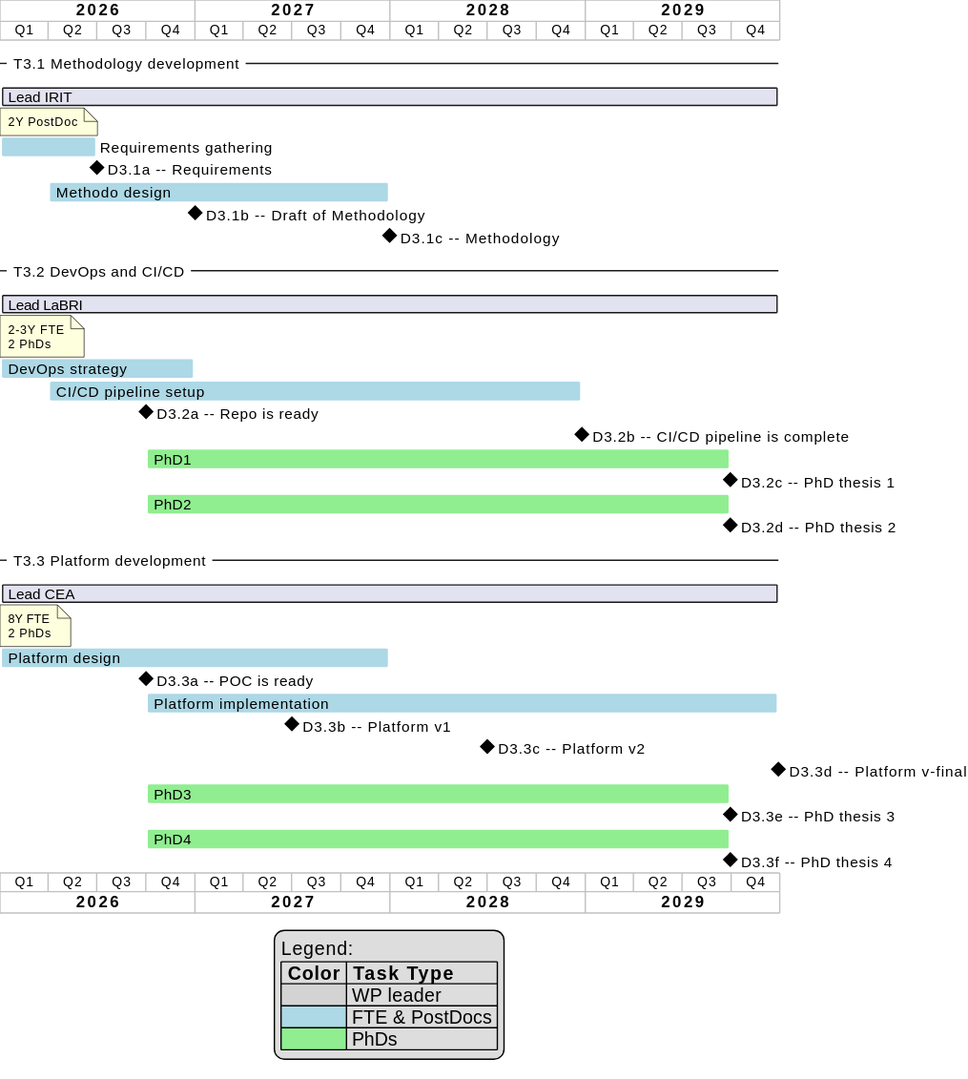
Before: out/pc3-gantt/PC3GanttChart.svg, a diagram exported from PlantUML (jmbruel/edt-pc3).
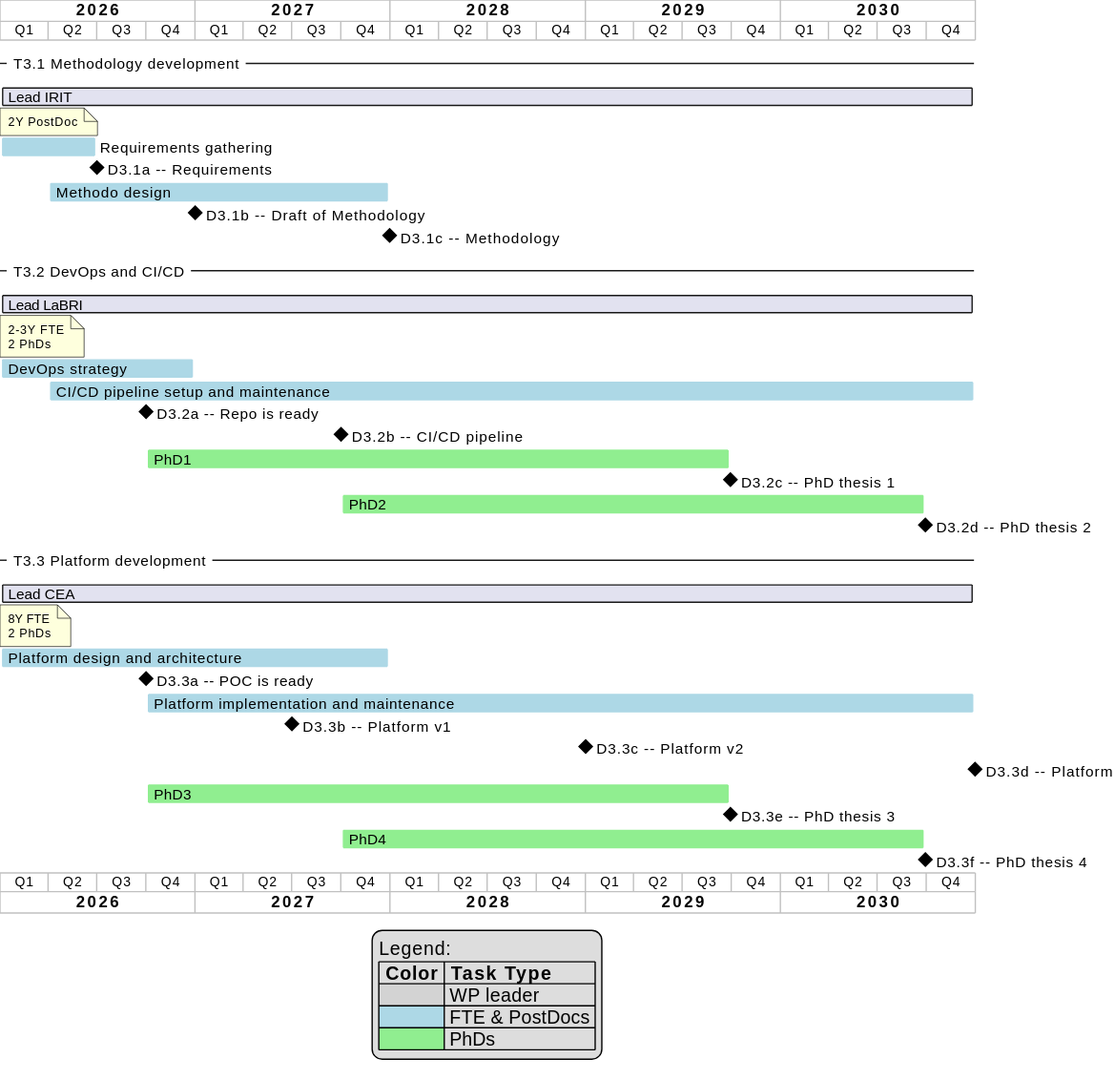
Above is the later version.

What changed in the source:
```diff
@@ -3,7 +3,7 @@
 printscale quarterly
 Project starts the 1st of January 2026
 -- T3.1 Methodology development --
-[Lead IRIT] requires 1460 days
+[Lead IRIT] requires 1825 days
 note bottom
   2Y PostDoc
 end note
@@ -17,7 +17,7 @@
 [D3.1c -- Methodology] happens at [T3.1b]'s end
 
 -- T3.2 DevOps and CI/CD --
-[Lead LaBRI] requires 1460 days
+[Lead LaBRI] requires 1825 days
 note bottom
   2-3Y FTE
   2 PhDs
@@ -26,43 +26,45 @@
 
 [DevOps strategy] as [T3.2a] requires 365 days and is colored in LightBlue
 [T3.2a] starts 1st January 2026
-[CI/CD pipeline setup] as [T3.2b] requires 1000 days and is colored in LightBlue
+[CI/CD pipeline setup and maintenance] as [T3.2b] is colored in LightBlue
 [T3.2b] starts 1st April 2026
+[T3.2b] ends 31st December 2030
 
 [D3.2a -- Repo is ready] happens 1st October 2026
-[D3.2b -- CI/CD pipeline is complete] happens at [T3.2b]'s end
+[D3.2b -- CI/CD pipeline] happens 1st October 2027
 
 [PhD1] as [T3.2c] requires 1095 days and is colored in LightGreen
 [T3.2c] starts 1st October 2026
 [D3.2c -- PhD thesis 1] happens at [T3.2c]'s end
 
 [PhD2] as [T3.2d] requires 1095 days and is colored in LightGreen
-[T3.2d] starts 1st October 2026
+[T3.2d] starts 1st October 2027
 [D3.2d -- PhD thesis 2] happens at [T3.2d]'s end
 
 -- T3.3 Platform development --
-[Lead CEA] requires 1460 days
+[Lead CEA] requires 1825 days
 note bottom
   8Y FTE
   2 PhDs
 end note
 
-[Platform design] as [T3.3a] requires 730 days and is colored in LightBlue
+[Platform design and architecture] as [T3.3a] requires 730 days and is colored in LightBlue
 [T3.3a] starts 1st January 2026
 [D3.3a -- POC is ready] happens 1st October 2026
 
-[Platform implementation] as [T3.3b] requires 1185 days and is colored in LightBlue
+[Platform implementation and maintenance] as [T3.3b] is colored in LightBlue
 [T3.3b] starts 1st October 2026
+[T3.3b] ends 31st December 2030
 [D3.3b -- Platform v1] happens 1st July 2027
-[D3.3c -- Platform v2] happens 1st July 2028
-[D3.3d -- Platform v-final] happens at [T3.3b]'s end
+[D3.3c -- Platform v2] happens 1st January 2029
+[D3.3d -- Platform] happens at [T3.3b]'s end
 
 [PhD3] as [T3.3c] requires 1095 days and is colored in LightGreen
 [T3.3c] starts 1st October 2026
 [D3.3e -- PhD thesis 3] happens at [T3.3c]'s end
 
 [PhD4] as [T3.3d] requires 1095 days and is colored in LightGreen
-[T3.3d] starts 1st October 2026
+[T3.3d] starts 1st October 2027
 [D3.3f -- PhD thesis 4] happens at [T3.3d]'s end
 
 legend
```
